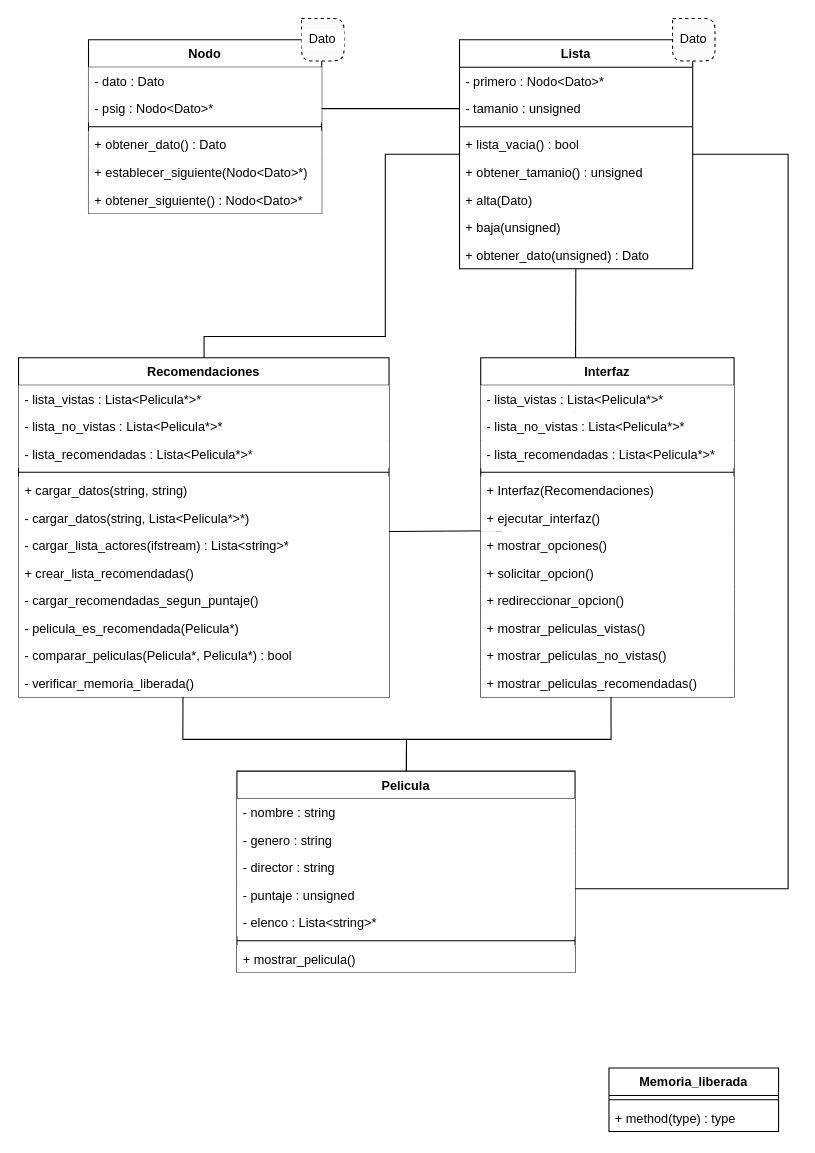
The draw.io diagram Diagrama UML.drawio in arucattaneo2/tp_peliculas, before the edit. Source tidied: cells renumbered, new cells numbered last; positions are measured from the earlier drawing's top-left corner, leaving out a move shared by most shapes. Both pictures are drawn from the tidied source at 106%, with x=0, y=0 at pixel (18, 18).
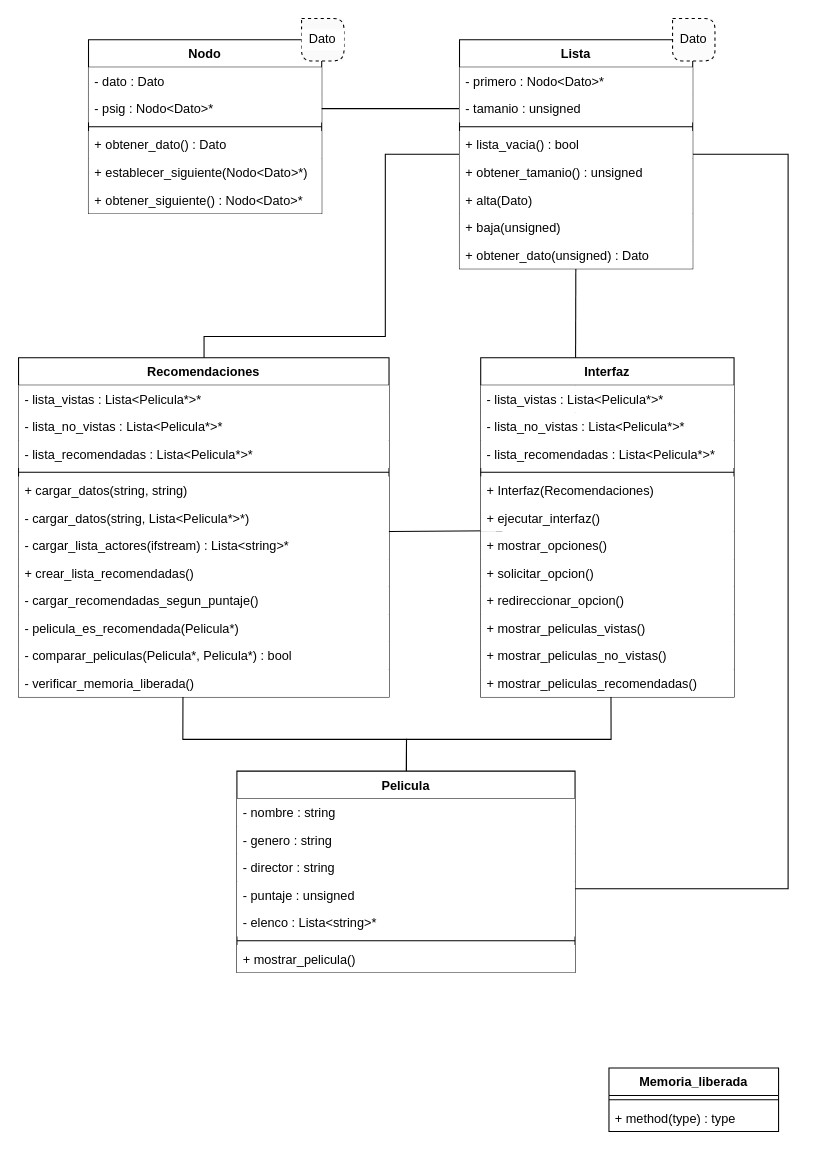
The same page after the edit.

Commit message (it also covers changes not shown here):
UML actualizado, falta excepcion

Unchanged cells that the change refers to:
```xml
<mxCell id="24" value="Lista" style="swimlane;fontStyle=1;align=center;verticalAlign=top;horizontal=1;startSize=26;" parent="23" vertex="1">
  <mxGeometry width="220" height="216" as="geometry" />
</mxCell>
```

The edit, as a diff of the source:
```diff
@@
-    <mxCell id="25" value="- primero : Nodo&lt;Dato&gt;*" style="text;strokeColor=none;fillColor=none;align=left;verticalAlign=top;spacingLeft=4;spacingRight=4;overflow=hidden;" parent="24" vertex="1">
+    <mxCell id="25" value="- primero : Nodo&lt;Dato&gt;*" style="text;strokeColor=none;fillColor=#FFFFFF;align=left;verticalAlign=top;spacingLeft=4;spacingRight=4;overflow=hidden;" parent="24" vertex="1">
       <mxGeometry y="26" width="220" height="26" as="geometry" />
     </mxCell>
-    <mxCell id="26" value="- tamanio : unsigned" style="text;strokeColor=none;fillColor=none;align=left;verticalAlign=top;spacingLeft=4;spacingRight=4;overflow=hidden;" parent="24" vertex="1">
+    <mxCell id="26" value="- tamanio : unsigned" style="text;strokeColor=none;fillColor=#FFFFFF;align=left;verticalAlign=top;spacingLeft=4;spacingRight=4;overflow=hidden;" parent="24" vertex="1">
       <mxGeometry y="52" width="220" height="26" as="geometry" />
     </mxCell>
@@
-    <mxCell id="28" value="+ lista_vacia() : bool" style="text;strokeColor=none;fillColor=none;align=left;verticalAlign=top;spacingLeft=4;spacingRight=4;overflow=hidden;" parent="24" vertex="1">
+    <mxCell id="28" value="+ lista_vacia() : bool" style="text;strokeColor=none;fillColor=#FFFFFF;align=left;verticalAlign=top;spacingLeft=4;spacingRight=4;overflow=hidden;" parent="24" vertex="1">
       <mxGeometry y="86" width="220" height="26" as="geometry" />
     </mxCell>
-    <mxCell id="29" value="+ obtener_tamanio() : unsigned" style="text;strokeColor=none;fillColor=none;align=left;verticalAlign=top;spacingLeft=4;spacingRight=4;overflow=hidden;" parent="24" vertex="1">
+    <mxCell id="29" value="+ obtener_tamanio() : unsigned" style="text;strokeColor=none;fillColor=#FFFFFF;align=left;verticalAlign=top;spacingLeft=4;spacingRight=4;overflow=hidden;" parent="24" vertex="1">
       <mxGeometry y="112" width="220" height="26" as="geometry" />
     </mxCell>
-    <mxCell id="30" value="+ alta(Dato)" style="text;strokeColor=none;fillColor=none;align=left;verticalAlign=top;spacingLeft=4;spacingRight=4;overflow=hidden;" parent="24" vertex="1">
+    <mxCell id="30" value="+ alta(Dato)" style="text;strokeColor=none;fillColor=#FFFFFF;align=left;verticalAlign=top;spacingLeft=4;spacingRight=4;overflow=hidden;" parent="24" vertex="1">
       <mxGeometry y="138" width="220" height="26" as="geometry" />
     </mxCell>
-    <mxCell id="31" value="+ baja(unsigned)" style="text;strokeColor=none;fillColor=none;align=left;verticalAlign=top;spacingLeft=4;spacingRight=4;overflow=hidden;" parent="24" vertex="1">
+    <mxCell id="31" value="+ baja(unsigned)" style="text;strokeColor=none;fillColor=#FFFFFF;align=left;verticalAlign=top;spacingLeft=4;spacingRight=4;overflow=hidden;" parent="24" vertex="1">
       <mxGeometry y="164" width="220" height="26" as="geometry" />
     </mxCell>
-    <mxCell id="32" value="+ obtener_dato(unsigned) : Dato" style="text;strokeColor=none;fillColor=none;align=left;verticalAlign=top;spacingLeft=4;spacingRight=4;overflow=hidden;" parent="24" vertex="1">
+    <mxCell id="32" value="+ obtener_dato(unsigned) : Dato" style="text;strokeColor=none;fillColor=#FFFFFF;align=left;verticalAlign=top;spacingLeft=4;spacingRight=4;overflow=hidden;" parent="24" vertex="1">
       <mxGeometry y="190" width="220" height="26" as="geometry" />
     </mxCell>
```
